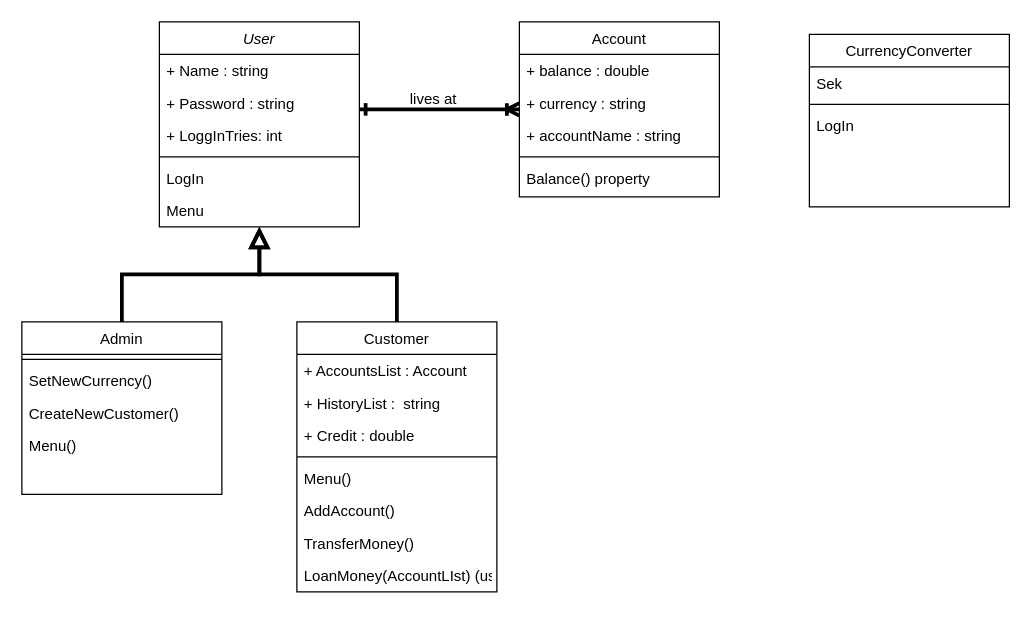
DanielJohansson1989/Group_Project_Loop_Legends keeps this draw.io diagram as Classdiagram.drawio. Above is the earlier version. Source tidied: cells renumbered, new cells numbered last; positions are measured from the earlier drawing's top-left corner, leaving out a move shared by most shapes. Both pictures are drawn from the tidied source at 125%, with x=0, y=0 at pixel (21, 21).
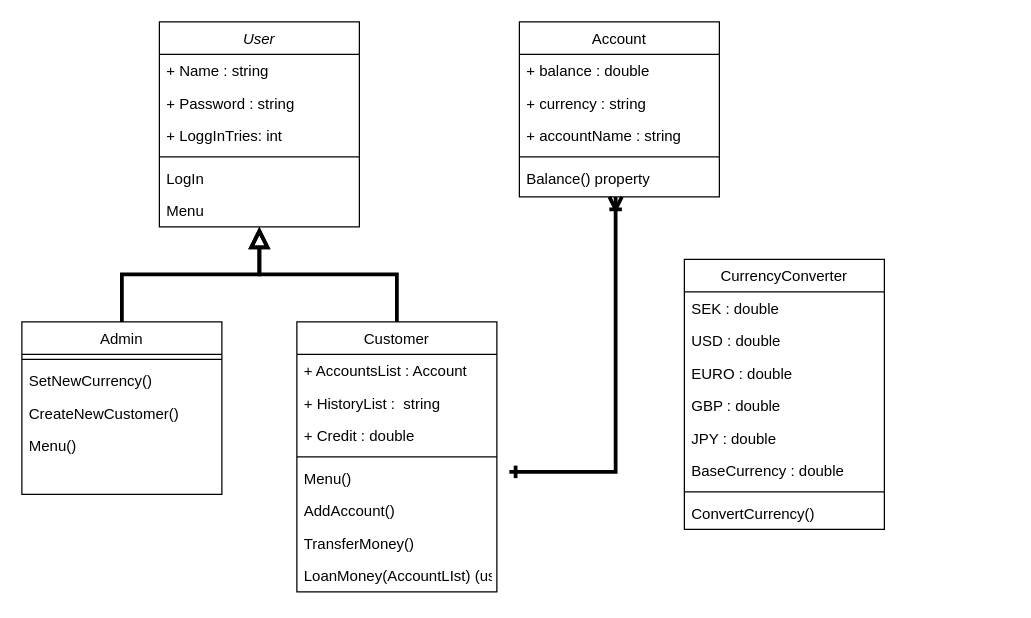
After the change.

Commit message:
Uppdated CurrencyConverter class

The change refers to these unchanged cells:
```xml
<mxCell id="2" value="User" style="swimlane;fontStyle=2;align=center;verticalAlign=top;horizontal=1;startSize=26;rounded=0;shadow=0;strokeWidth=1;" parent="1" vertex="1">
  <mxGeometry x="110" width="160" height="164" as="geometry" />
</mxCell>
<mxCell id="25" value="Account" style="swimlane;fontStyle=0;align=center;verticalAlign=top;horizontal=1;startSize=26;rounded=0;shadow=0;strokeWidth=1;" parent="1" vertex="1">
  <mxGeometry x="398" width="160" height="140" as="geometry" />
</mxCell>
```

What changed in the source:
```diff
@@
-    <mxCell id="31" style="endArrow=ERoneToMany;shadow=0;strokeWidth=3;rounded=0;endFill=0;edgeStyle=elbowEdgeStyle;elbow=vertical;startArrow=ERone;startFill=0;" parent="1" edge="1" source="2" target="25">
+    <mxCell id="31" style="endArrow=ERoneToMany;shadow=0;strokeWidth=3;rounded=0;endFill=0;edgeStyle=elbowEdgeStyle;elbow=vertical;startArrow=ERone;startFill=0;entryX=0.481;entryY=1.115;entryDx=0;entryDy=0;entryPerimeter=0;" parent="1" edge="1">
       <mxGeometry x="0.5" y="41" relative="1" as="geometry">
+        <mxPoint x="390" y="360" as="sourcePoint" />
+        <mxPoint x="475" y="140" as="targetPoint" />
+        <Array as="points">
+          <mxPoint x="540" y="360" />
+        </Array>
         <mxPoint x="-40" y="32" as="offset" />
       </mxGeometry>
     </mxCell>
-    <mxCell id="32" value="lives at" style="text;html=1;align=center;verticalAlign=middle;labelBackgroundColor=none;rounded=0;shadow=0;strokeWidth=1;fontSize=12;" parent="31" vertex="1">
-      <mxGeometry x="0.5" y="49" relative="1" as="geometry">
-        <mxPoint x="-38" y="40" as="offset" />
-      </mxGeometry>
-    </mxCell>
     <mxCell id="33" value="CurrencyConverter" style="swimlane;fontStyle=0;align=center;verticalAlign=top;horizontal=1;startSize=26;rounded=0;shadow=0;strokeWidth=1;" parent="1" vertex="1">
-      <mxGeometry x="630" y="10" width="160" height="138" as="geometry" />
+      <mxGeometry x="530" y="190" width="160" height="216" as="geometry" />
     </mxCell>
-    <mxCell id="34" value="Sek&#10;" style="text;align=left;verticalAlign=top;spacingLeft=4;spacingRight=4;overflow=hidden;" parent="33" vertex="1">
+    <mxCell id="34" value="SEK : double" style="text;align=left;verticalAlign=top;spacingLeft=4;spacingRight=4;overflow=hidden;" parent="33" vertex="1">
       <mxGeometry y="26" width="160" height="26" as="geometry" />
     </mxCell>
+    <mxCell id="37" value="USD : double" style="text;align=left;verticalAlign=top;spacingLeft=4;spacingRight=4;overflow=hidden;" parent="33" vertex="1">
+      <mxGeometry y="52" width="160" height="26" as="geometry" />
+    </mxCell>
+    <mxCell id="38" value="EURO : double" style="text;align=left;verticalAlign=top;spacingLeft=4;spacingRight=4;overflow=hidden;" parent="33" vertex="1">
+      <mxGeometry y="78" width="160" height="26" as="geometry" />
+    </mxCell>
+    <mxCell id="39" value="GBP : double" style="text;align=left;verticalAlign=top;spacingLeft=4;spacingRight=4;overflow=hidden;" parent="33" vertex="1">
+      <mxGeometry y="104" width="160" height="26" as="geometry" />
+    </mxCell>
+    <mxCell id="40" value="JPY : double" style="text;align=left;verticalAlign=top;spacingLeft=4;spacingRight=4;overflow=hidden;" parent="33" vertex="1">
+      <mxGeometry y="130" width="160" height="26" as="geometry" />
+    </mxCell>
+    <mxCell id="41" value="BaseCurrency : double" style="text;align=left;verticalAlign=top;spacingLeft=4;spacingRight=4;overflow=hidden;" parent="33" vertex="1">
+      <mxGeometry y="156" width="160" height="26" as="geometry" />
+    </mxCell>
     <mxCell id="35" style="line;html=1;strokeWidth=1;align=left;verticalAlign=middle;spacingTop=-1;spacingLeft=3;spacingRight=3;labelPosition=right;" parent="33" vertex="1">
-      <mxGeometry y="52" width="160" height="8" as="geometry" />
+      <mxGeometry y="182" width="160" height="8" as="geometry" />
     </mxCell>
-    <mxCell id="36" value="LogIn" style="text;align=left;verticalAlign=top;spacingLeft=4;spacingRight=4;overflow=hidden;" parent="33" vertex="1">
-      <mxGeometry y="60" width="160" height="26" as="geometry" />
-    </mxCell>
+    <mxCell id="42" value="ConvertCurrency()" style="text;align=left;verticalAlign=top;spacingLeft=4;spacingRight=4;overflow=hidden;" parent="33" vertex="1">
+      <mxGeometry y="190" width="160" height="26" as="geometry" />
+    </mxCell>
```
